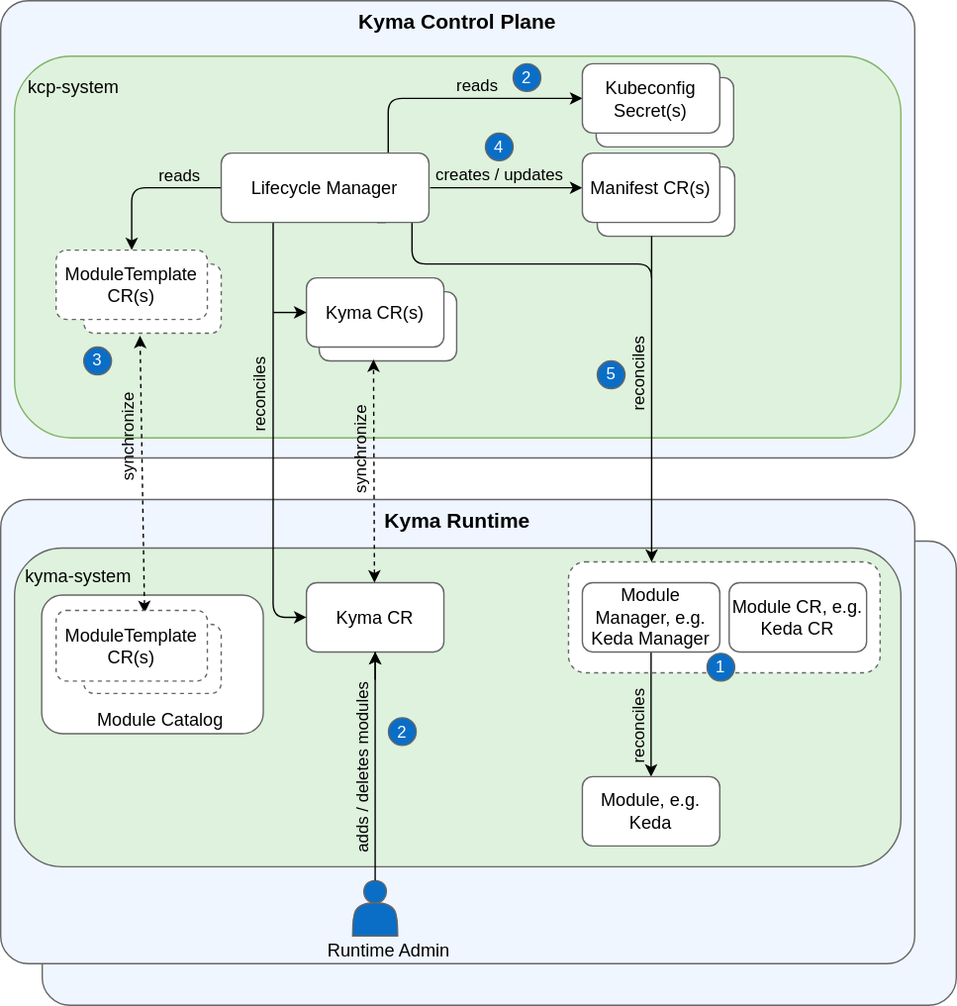
kyma-project/lifecycle-manager keeps this draw.io diagram as docs/contributor/assets/lifecycle-manager-architecture.svg. Above is the earlier version. Source tidied: cells renumbered, new cells last; positions are measured from the earlier drawing's top-left corner, leaving out a move shared by most shapes.
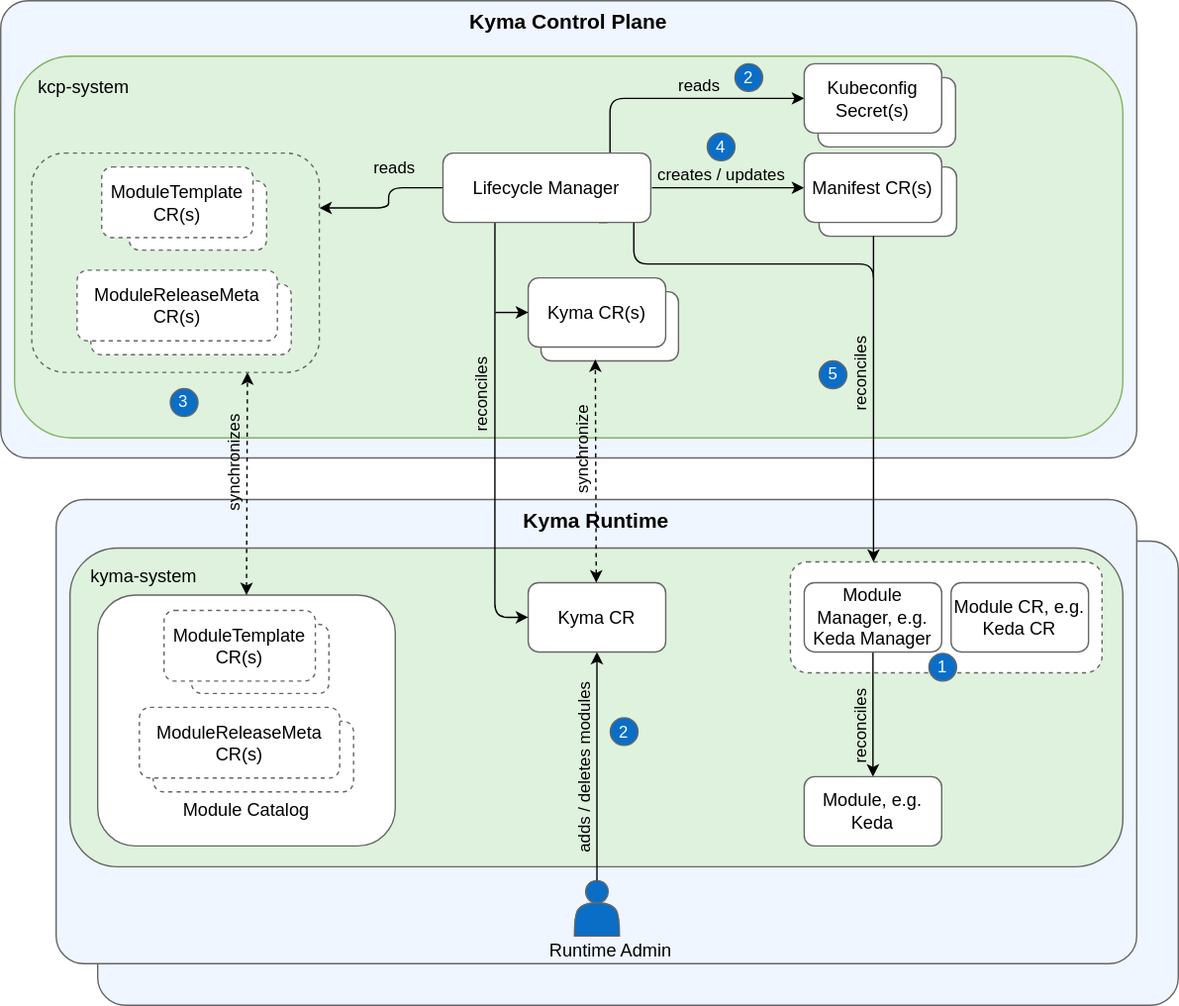
After the change.

Change to the diagram source:
```diff
@@ -3,22 +3,22 @@
     <mxCell id="0" />
     <mxCell id="1" parent="0" />
     <mxCell id="2" style="rounded=1;whiteSpace=wrap;html=1;verticalAlign=top;fillColor=#F0F6FF;strokeColor=#666666;arcSize=6;fontSize=15;fontStyle=1;" parent="1" vertex="1">
-      <mxGeometry x="30" y="390" width="660" height="335" as="geometry" />
+      <mxGeometry x="-90" y="390" width="780" height="335" as="geometry" />
     </mxCell>
     <mxCell id="3" value="Kyma Control Plane" style="rounded=1;whiteSpace=wrap;html=1;verticalAlign=top;fillColor=#F0F6FF;strokeColor=#666666;arcSize=6;fontSize=15;fontStyle=1;" parent="1" vertex="1">
-      <mxGeometry width="660" height="330" as="geometry" />
+      <mxGeometry x="-160" width="820" height="330" as="geometry" />
     </mxCell>
     <mxCell id="4" value="Kyma Runtime" style="rounded=1;whiteSpace=wrap;html=1;verticalAlign=top;fillColor=#F0F6FF;strokeColor=#666666;arcSize=6;fontSize=15;fontStyle=1;" parent="1" vertex="1">
-      <mxGeometry y="360" width="660" height="335" as="geometry" />
+      <mxGeometry x="-120" y="360" width="780" height="335" as="geometry" />
     </mxCell>
-    <mxCell id="5" value="kyma-system" style="rounded=1;whiteSpace=wrap;html=1;labelBackgroundColor=none;strokeColor=#666666;strokeWidth=1;fontSize=13;fillColor=#DEF2DD;gradientColor=none;verticalAlign=top;align=left;spacing=8;" parent="1" vertex="1">
-      <mxGeometry x="10" y="395" width="640" height="230" as="geometry" />
+    <mxCell id="5" value="&amp;nbsp; kyma-system" style="rounded=1;whiteSpace=wrap;html=1;labelBackgroundColor=none;strokeColor=#666666;strokeWidth=1;fontSize=13;fillColor=#DEF2DD;gradientColor=none;verticalAlign=top;align=left;spacing=8;" parent="1" vertex="1">
+      <mxGeometry x="-110" y="395" width="760" height="230" as="geometry" />
     </mxCell>
     <mxCell id="6" style="rounded=1;whiteSpace=wrap;html=1;strokeColor=#666666;strokeWidth=1;fontSize=13;fillColor=default;verticalAlign=middle;dashed=1;" parent="1" vertex="1">
       <mxGeometry x="410" y="405" width="225" height="80" as="geometry" />
     </mxCell>
-    <mxCell id="7" value="&lt;font style=&quot;font-size: 13px;&quot;&gt;kcp-system&lt;/font&gt;" style="rounded=1;whiteSpace=wrap;html=1;fillColor=#DEF2DD;strokeColor=#82b366;verticalAlign=top;fontSize=13;align=left;spacingRight=0;spacingBottom=0;spacingTop=0;spacing=10;" parent="1" vertex="1">
-      <mxGeometry x="10" y="40" width="640" height="275.5" as="geometry" />
+    <mxCell id="7" value="&amp;nbsp; &lt;font style=&quot;font-size: 13px;&quot;&gt;kcp-system&lt;/font&gt;" style="rounded=1;whiteSpace=wrap;html=1;fillColor=#DEF2DD;strokeColor=#82b366;verticalAlign=top;fontSize=13;align=left;spacingRight=0;spacingBottom=0;spacingTop=0;spacing=10;" parent="1" vertex="1">
+      <mxGeometry x="-150" y="40" width="800" height="275.5" as="geometry" />
     </mxCell>
     <mxCell id="8" style="rounded=1;whiteSpace=wrap;html=1;strokeColor=#666666;strokeWidth=1;fontSize=13;fillColor=default;verticalAlign=middle;" parent="1" vertex="1">
       <mxGeometry x="430" y="55.5" width="99.2" height="50" as="geometry" />
@@ -35,31 +35,25 @@
     <mxCell id="12" style="rounded=1;whiteSpace=wrap;html=1;strokeColor=#666666;strokeWidth=1;fontSize=13;fillColor=default;verticalAlign=middle;align=center;" parent="1" vertex="1">
       <mxGeometry x="230" y="210" width="99.2" height="50" as="geometry" />
     </mxCell>
-    <mxCell id="13" style="rounded=1;whiteSpace=wrap;html=1;strokeColor=#666666;strokeWidth=1;fontSize=13;fillColor=default;verticalAlign=top;dashed=1;" parent="1" vertex="1">
-      <mxGeometry x="60" y="190" width="99.2" height="50" as="geometry" />
-    </mxCell>
-    <mxCell id="14" value="ModuleTemplate CR(s)" style="rounded=1;whiteSpace=wrap;html=1;strokeColor=#666666;strokeWidth=1;fontSize=13;fillColor=default;verticalAlign=middle;dashed=1;" parent="1" vertex="1">
-      <mxGeometry x="40" y="180" width="109.2" height="50" as="geometry" />
-    </mxCell>
     <mxCell id="15" style="rounded=1;whiteSpace=wrap;html=1;fontSize=13;strokeColor=#666666;fillColor=#FFFFFF;" parent="1" vertex="1">
-      <mxGeometry x="29.6" y="429" width="160" height="100" as="geometry" />
+      <mxGeometry x="-90" y="429" width="214.8" height="181" as="geometry" />
     </mxCell>
-    <mxCell id="16" style="endArrow=classic;startArrow=classic;html=1;rounded=0;labelBackgroundColor=none;fontSize=11;fontColor=default;dashed=1;entryX=0.409;entryY=1.036;entryDx=0;entryDy=0;entryPerimeter=0;exitX=0.585;exitY=0.039;exitDx=0;exitDy=0;exitPerimeter=0;" parent="1" edge="1" source="19" target="13">
+    <mxCell id="16" style="endArrow=classic;startArrow=classic;html=1;rounded=0;labelBackgroundColor=none;fontSize=11;fontColor=default;dashed=1;entryX=0.75;entryY=1;entryDx=0;entryDy=0;exitX=0.5;exitY=0;exitDx=0;exitDy=0;" parent="1" edge="1" source="15" target="50">
       <mxGeometry relative="1" as="geometry" />
     </mxCell>
-    <mxCell id="17" value="synchronize" style="edgeLabel;html=1;align=center;verticalAlign=middle;fontSize=12;fontColor=default;labelBackgroundColor=none;horizontal=0;" parent="16" vertex="1">
+    <mxCell id="17" value="synchronizes" style="edgeLabel;html=1;align=center;verticalAlign=middle;fontSize=12;fontColor=default;labelBackgroundColor=none;horizontal=0;" parent="16" vertex="1">
       <mxGeometry x="0.57" relative="1" as="geometry">
         <mxPoint x="-10" y="32" as="offset" />
       </mxGeometry>
     </mxCell>
     <mxCell id="18" style="rounded=1;whiteSpace=wrap;html=1;strokeColor=#666666;strokeWidth=1;fontSize=13;fillColor=default;verticalAlign=top;dashed=1;" parent="1" vertex="1">
-      <mxGeometry x="60" y="450" width="99.2" height="50" as="geometry" />
+      <mxGeometry x="-22.3" y="450" width="99.2" height="50" as="geometry" />
     </mxCell>
     <mxCell id="19" value="ModuleTemplate CR(s)" style="rounded=1;whiteSpace=wrap;html=1;strokeColor=#666666;strokeWidth=1;fontSize=13;fillColor=default;verticalAlign=middle;dashed=1;" parent="1" vertex="1">
-      <mxGeometry x="40" y="440" width="109.2" height="51" as="geometry" />
+      <mxGeometry x="-42.1" y="440" width="109.2" height="51" as="geometry" />
     </mxCell>
     <mxCell id="20" value="Module Catalog" style="text;html=1;align=center;verticalAlign=bottom;fillColor=none;strokeColor=none;rounded=0;fontSize=13;" parent="1" vertex="1">
-      <mxGeometry x="60" y="510" width="110" height="20" as="geometry" />
+      <mxGeometry x="-37.6" y="575" width="110" height="20" as="geometry" />
     </mxCell>
     <mxCell id="21" value="Kyma CR(s)" style="rounded=1;whiteSpace=wrap;html=1;strokeColor=#666666;strokeWidth=1;fontSize=13;fillColor=default;verticalAlign=middle;align=center;" parent="1" vertex="1">
       <mxGeometry x="220.8" y="200" width="99.2" height="50" as="geometry" />
@@ -106,8 +100,13 @@
     <mxCell id="29" value="reads" style="edgeStyle=orthogonalEdgeStyle;rounded=1;jettySize=auto;html=1;exitX=0.804;exitY=0.004;exitDx=0;exitDy=0;entryX=0;entryY=0.5;entryDx=0;entryDy=0;labelBackgroundColor=#DEF2DD;fontSize=12;fontColor=none;spacingBottom=-4;verticalAlign=middle;spacingRight=0;spacingTop=-32;spacingLeft=8;exitPerimeter=0;curved=0;" parent="1" edge="1" source="31" target="33">
       <mxGeometry x="0.12" y="-5" relative="1" as="geometry" />
     </mxCell>
-    <mxCell id="30" value="reads" style="edgeStyle=orthogonalEdgeStyle;rounded=1;jettySize=auto;html=1;exitX=0;exitY=0.5;exitDx=0;exitDy=0;entryX=0.5;entryY=0;entryDx=0;entryDy=0;labelBackgroundColor=#DEF2DD;fontSize=12;fontColor=none;spacing=2;spacingRight=1;spacingBottom=1;spacingLeft=50;spacingTop=-16;curved=0;" parent="1" edge="1" source="31" target="14">
-      <mxGeometry relative="1" as="geometry" />
+    <mxCell id="30" value="reads" style="edgeStyle=orthogonalEdgeStyle;rounded=1;jettySize=auto;html=1;exitX=0;exitY=0.5;exitDx=0;exitDy=0;entryX=1;entryY=0.25;entryDx=0;entryDy=0;labelBackgroundColor=#DEF2DD;fontSize=12;fontColor=none;spacing=2;spacingRight=1;spacingBottom=1;spacingLeft=50;spacingTop=-16;curved=0;" parent="1" edge="1" source="31" target="50">
+      <mxGeometry x="0.42" y="-20" relative="1" as="geometry">
+        <Array as="points">
+          <mxPoint x="120" y="135" />
+          <mxPoint x="120" y="150" />
+        </Array>
+      </mxGeometry>
     </mxCell>
     <mxCell id="31" value="Lifecycle Manager" style="rounded=1;whiteSpace=wrap;html=1;strokeColor=#666666;strokeWidth=1;fontSize=13;fillColor=default;verticalAlign=middle;" parent="1" vertex="1">
       <mxGeometry x="159.2" y="110" width="150" height="50" as="geometry" />
@@ -165,7 +164,7 @@
       <mxGeometry x="280" y="517.5" width="20" height="20" as="geometry" />
     </mxCell>
     <mxCell id="44" value="3" style="ellipse;whiteSpace=wrap;html=1;labelBackgroundColor=#0A6EC7;fontSize=12;fontColor=#FFFFFF;strokeColor=#666666;fillColor=#0A6EC7;" parent="1" vertex="1">
-      <mxGeometry x="60" y="250" width="20" height="20" as="geometry" />
+      <mxGeometry x="-37.6" y="280" width="20" height="20" as="geometry" />
     </mxCell>
     <mxCell id="45" value="2" style="ellipse;whiteSpace=wrap;html=1;labelBackgroundColor=#0A6EC7;fontSize=12;fontColor=#FFFFFF;strokeColor=#666666;fillColor=#0A6EC7;" parent="1" vertex="1">
       <mxGeometry x="370" y="45.5" width="20" height="20" as="geometry" />
@@ -176,5 +175,26 @@
     <mxCell id="47" value="5" style="ellipse;whiteSpace=wrap;html=1;labelBackgroundColor=#0A6EC7;fontSize=12;fontColor=#FFFFFF;strokeColor=#666666;fillColor=#0A6EC7;" parent="1" vertex="1">
       <mxGeometry x="430.8" y="260" width="20" height="20" as="geometry" />
     </mxCell>
+    <mxCell id="48" style="rounded=1;whiteSpace=wrap;html=1;strokeColor=#666666;strokeWidth=1;fontSize=13;fillColor=default;verticalAlign=middle;dashed=1;" parent="1" vertex="1">
+      <mxGeometry x="-49.9" y="520" width="144.6" height="51" as="geometry" />
+    </mxCell>
+    <mxCell id="49" value="ModuleReleaseMeta CR(s)" style="rounded=1;whiteSpace=wrap;html=1;strokeColor=#666666;strokeWidth=1;fontSize=13;fillColor=default;verticalAlign=middle;dashed=1;" parent="1" vertex="1">
+      <mxGeometry x="-59.9" y="510" width="144.6" height="51" as="geometry" />
+    </mxCell>
+    <mxCell id="50" style="rounded=1;whiteSpace=wrap;html=1;fontSize=13;strokeColor=#666666;fillColor=none;dashed=1;" parent="1" vertex="1">
+      <mxGeometry x="-137.6" y="110" width="207.6" height="158.2" as="geometry" />
+    </mxCell>
+    <mxCell id="51" style="rounded=1;whiteSpace=wrap;html=1;strokeColor=#666666;strokeWidth=1;fontSize=13;fillColor=default;verticalAlign=top;dashed=1;" parent="1" vertex="1">
+      <mxGeometry x="-67.3" y="130" width="99.2" height="50" as="geometry" />
+    </mxCell>
+    <mxCell id="14" value="ModuleTemplate CR(s)" style="rounded=1;whiteSpace=wrap;html=1;strokeColor=#666666;strokeWidth=1;fontSize=13;fillColor=default;verticalAlign=middle;dashed=1;" parent="1" vertex="1">
+      <mxGeometry x="-87.1" y="120" width="109.2" height="51" as="geometry" />
+    </mxCell>
+    <mxCell id="52" style="rounded=1;whiteSpace=wrap;html=1;strokeColor=#666666;strokeWidth=1;fontSize=13;fillColor=default;verticalAlign=middle;dashed=1;" parent="1" vertex="1">
+      <mxGeometry x="-94.9" y="204.5" width="144.6" height="51" as="geometry" />
+    </mxCell>
+    <mxCell id="53" value="ModuleReleaseMeta CR(s)" style="rounded=1;whiteSpace=wrap;html=1;strokeColor=#666666;strokeWidth=1;fontSize=13;fillColor=default;verticalAlign=middle;dashed=1;" parent="1" vertex="1">
+      <mxGeometry x="-104.9" y="194.5" width="144.6" height="51" as="geometry" />
+    </mxCell>
   </root>
 </mxGraphModel>
```
